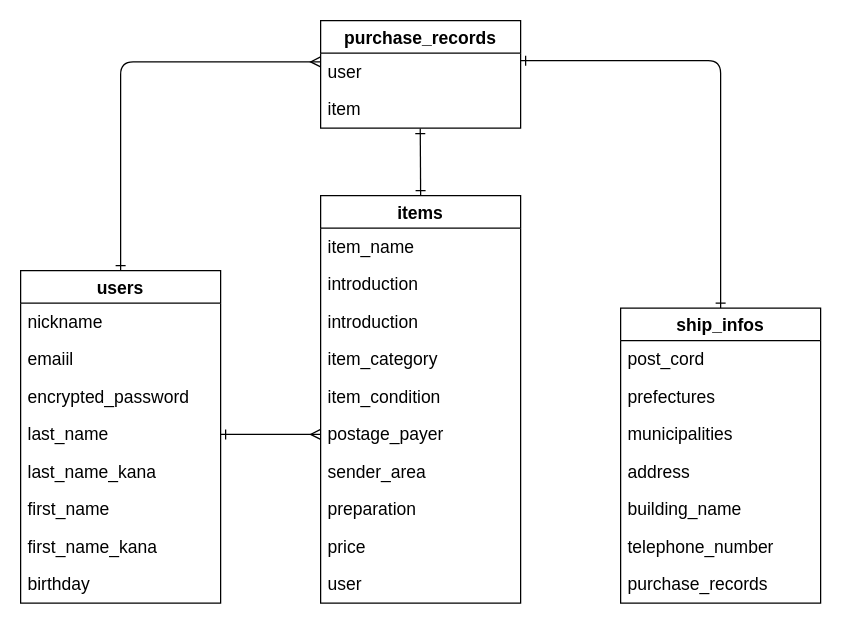
hso-sue/furima-38308 keeps this draw.io diagram as furima.dio. Above is the earlier version. Source tidied: cells renumbered, new cells numbered last; positions are measured from the earlier drawing's top-left corner, leaving out a move shared by most shapes. Both pictures are drawn from the tidied source at 125%, with x=0, y=0 at pixel (20, 20).
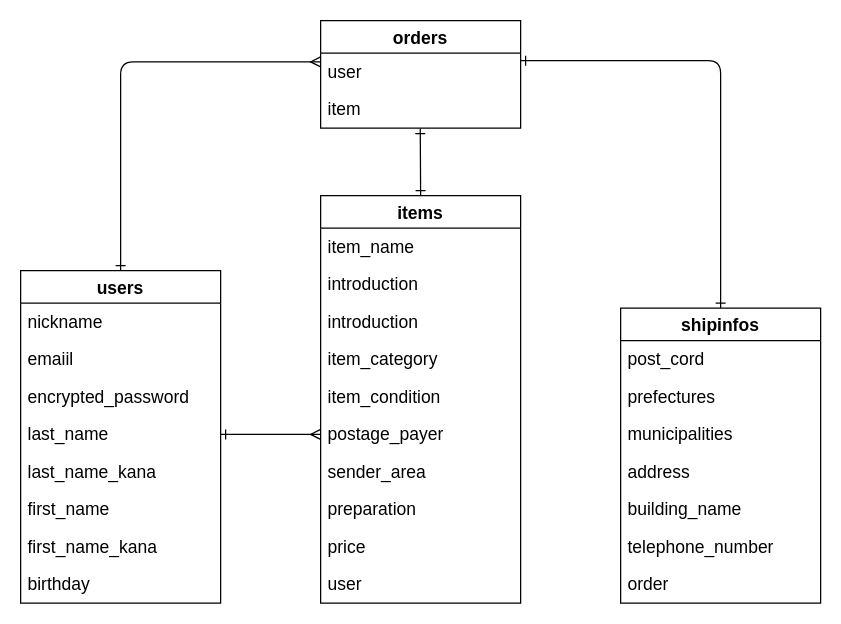
Above is the later version.

Change to the diagram source:
```diff
@@
-    <mxCell id="2" value="purchase_records" style="swimlane;fontStyle=1;horizontal=1;startSize=26;align=center;fontSize=14;" parent="1" vertex="1">
+    <mxCell id="2" value="orders" style="swimlane;fontStyle=1;horizontal=1;startSize=26;align=center;fontSize=14;" parent="1" vertex="1">
       <mxGeometry x="240" width="160" height="86" as="geometry" />
     </mxCell>
@@
-    <mxCell id="6" value="ship_infos" style="swimlane;fontStyle=1;horizontal=1;startSize=26;align=center;fontSize=14;" parent="1" vertex="1">
+    <mxCell id="6" value="shipinfos" style="swimlane;fontStyle=1;horizontal=1;startSize=26;align=center;fontSize=14;" parent="1" vertex="1">
       <mxGeometry x="480" y="230" width="160" height="236" as="geometry" />
     </mxCell>
@@
-    <mxCell id="13" value="purchase_records" style="text;strokeColor=none;fillColor=none;spacingLeft=4;spacingRight=4;overflow=hidden;fontSize=14;" parent="6" vertex="1">
+    <mxCell id="13" value="order" style="text;strokeColor=none;fillColor=none;spacingLeft=4;spacingRight=4;overflow=hidden;fontSize=14;" parent="6" vertex="1">
       <mxGeometry y="206" width="160" height="30" as="geometry" />
     </mxCell>
```
